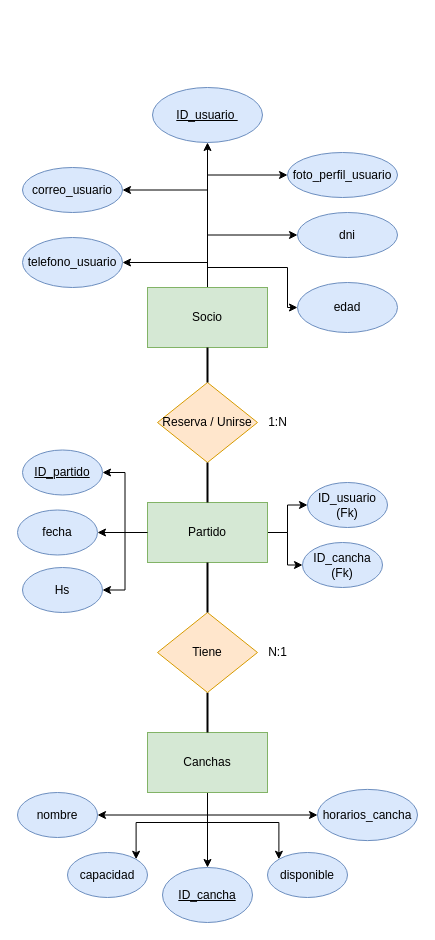
eliasvalentinb/evidencia_2_grupo21 keeps this draw.io diagram as Diagrama_APP.drawio. Above is the earlier version. Source tidied: cells renumbered, new cells numbered last; positions are measured from the earlier drawing's top-left corner, leaving out a move shared by most shapes. Both pictures are drawn from the tidied source at 100%, with x=0, y=0 at pixel (17, 87).
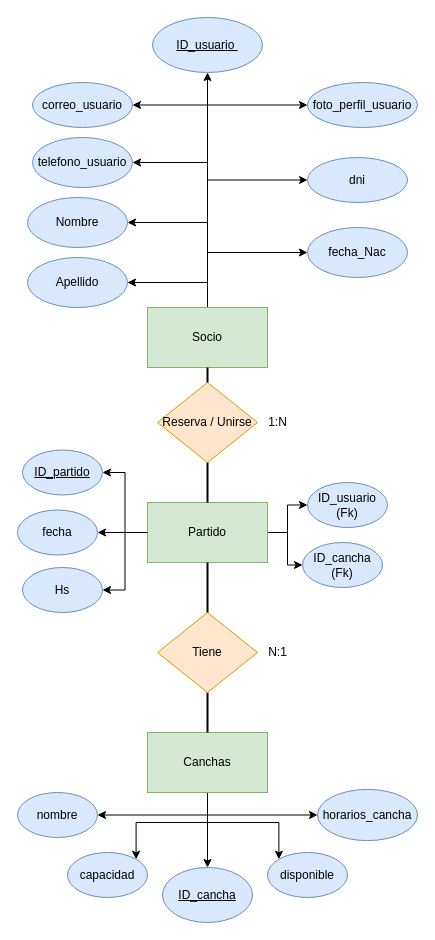
After the change.

Commit message (it also covers changes not shown here):
campos cambiados

What changed in the source:
```diff
@@
+    <mxCell id="45" style="edgeStyle=orthogonalEdgeStyle;rounded=0;jettySize=auto;html=1;exitX=0.5;exitY=0;exitDx=0;exitDy=0;entryX=1;entryY=0.5;entryDx=0;entryDy=0;" parent="1" edge="1" source="8" target="47">
+      <mxGeometry relative="1" as="geometry" />
+    </mxCell>
+    <mxCell id="46" style="edgeStyle=orthogonalEdgeStyle;rounded=0;jettySize=auto;html=1;exitX=0.5;exitY=0;exitDx=0;exitDy=0;entryX=1;entryY=0.5;entryDx=0;entryDy=0;" parent="1" edge="1" source="8" target="48">
+      <mxGeometry relative="1" as="geometry" />
+    </mxCell>
     <mxCell id="8" value="Socio" style="rounded=0;whiteSpace=wrap;html=1;fillColor=#d5e8d4;strokeColor=#82b366;" parent="1" vertex="1">
-      <mxGeometry x="130" y="200" width="120" height="60" as="geometry" />
+      <mxGeometry x="130" y="220" width="120" height="60" as="geometry" />
     </mxCell>
@@
     <mxCell id="21" value="foto_perfil_usuario" style="ellipse;whiteSpace=wrap;html=1;fillColor=#dae8fc;strokeColor=#6c8ebf;" parent="1" vertex="1">
-      <mxGeometry x="270" y="65" width="110" height="45" as="geometry" />
+      <mxGeometry x="290" y="-5" width="110" height="45" as="geometry" />
     </mxCell>
     <mxCell id="22" value="telefono_usuario" style="ellipse;whiteSpace=wrap;html=1;fillColor=#dae8fc;strokeColor=#6c8ebf;" parent="1" vertex="1">
-      <mxGeometry x="5" y="150" width="100" height="50" as="geometry" />
+      <mxGeometry x="15" y="50" width="100" height="50" as="geometry" />
     </mxCell>
     <mxCell id="23" value="correo_usuario" style="ellipse;whiteSpace=wrap;html=1;fillColor=#dae8fc;strokeColor=#6c8ebf;" parent="1" vertex="1">
-      <mxGeometry x="5" y="80" width="100" height="45" as="geometry" />
+      <mxGeometry x="15" y="-5" width="100" height="45" as="geometry" />
     </mxCell>
     <mxCell id="24" value="dni" style="ellipse;whiteSpace=wrap;html=1;fillColor=#dae8fc;strokeColor=#6c8ebf;" parent="1" vertex="1">
-      <mxGeometry x="280" y="125" width="100" height="45" as="geometry" />
+      <mxGeometry x="290" y="70" width="100" height="45" as="geometry" />
     </mxCell>
     <mxCell id="25" value="&lt;u&gt;ID_usuario&amp;nbsp;&lt;/u&gt;" style="ellipse;whiteSpace=wrap;html=1;fillColor=#dae8fc;strokeColor=#6c8ebf;" parent="1" vertex="1">
-      <mxGeometry x="135" width="110" height="55" as="geometry" />
+      <mxGeometry x="135" y="-70" width="110" height="55" as="geometry" />
     </mxCell>
@@
-    <mxCell id="31" value="edad" style="ellipse;whiteSpace=wrap;html=1;fillColor=#dae8fc;strokeColor=#6c8ebf;" parent="1" vertex="1">
-      <mxGeometry x="280" y="195" width="100" height="50" as="geometry" />
+    <mxCell id="31" value="fecha_Nac" style="ellipse;whiteSpace=wrap;html=1;fillColor=#dae8fc;strokeColor=#6c8ebf;" parent="1" vertex="1">
+      <mxGeometry x="290" y="140" width="100" height="50" as="geometry" />
     </mxCell>
@@
+    <mxCell id="47" value="Nombre" style="ellipse;whiteSpace=wrap;html=1;fillColor=#dae8fc;strokeColor=#6c8ebf;" parent="1" vertex="1">
+      <mxGeometry x="10" y="110" width="100" height="50" as="geometry" />
+    </mxCell>
+    <mxCell id="48" value="Apellido" style="ellipse;whiteSpace=wrap;html=1;fillColor=#dae8fc;strokeColor=#6c8ebf;" parent="1" vertex="1">
+      <mxGeometry x="10" y="170" width="100" height="50" as="geometry" />
+    </mxCell>
```
